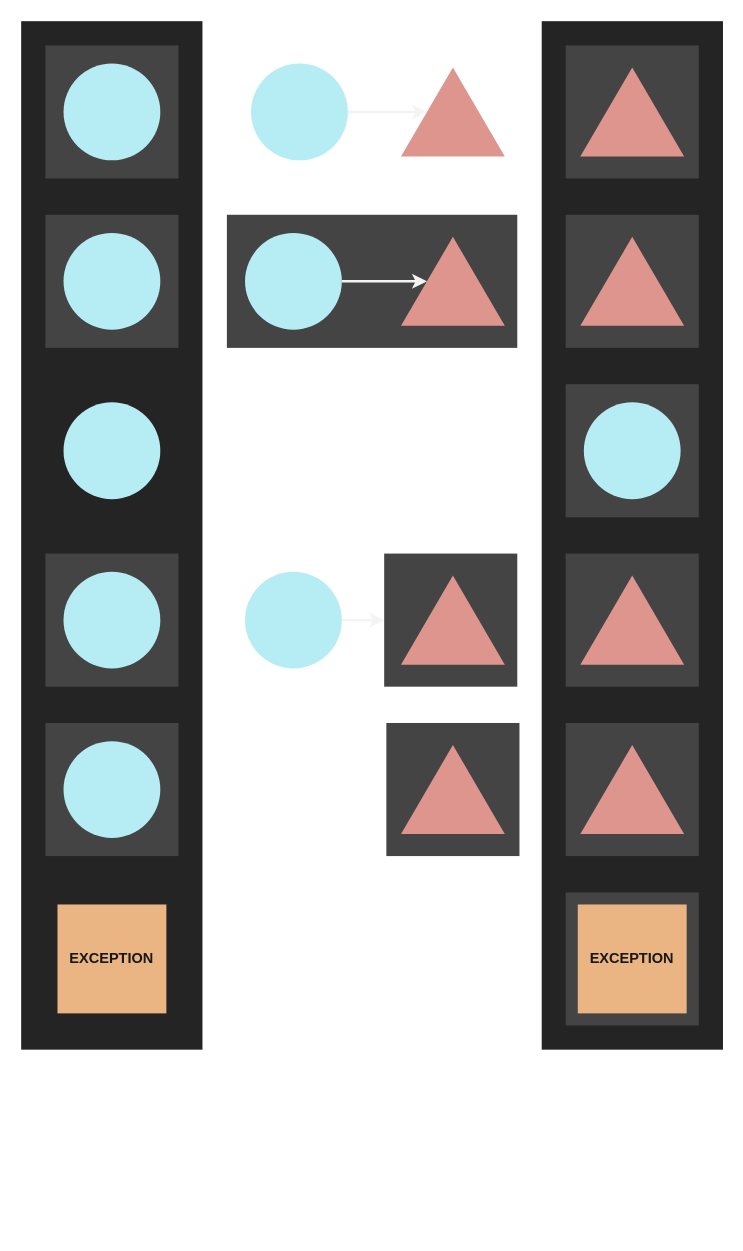
theNewFlesh/shot-glass keeps this draw.io diagram as page "monad" (1 of 8) of resources/monad.drawio. Above is the earlier version. Source tidied: cells renumbered, new cells numbered last; positions are measured from the earlier drawing's top-left corner, leaving out a move shared by most shapes. Both pictures are drawn from the tidied source at 121%, with x=0, y=0 at pixel (21, 21).
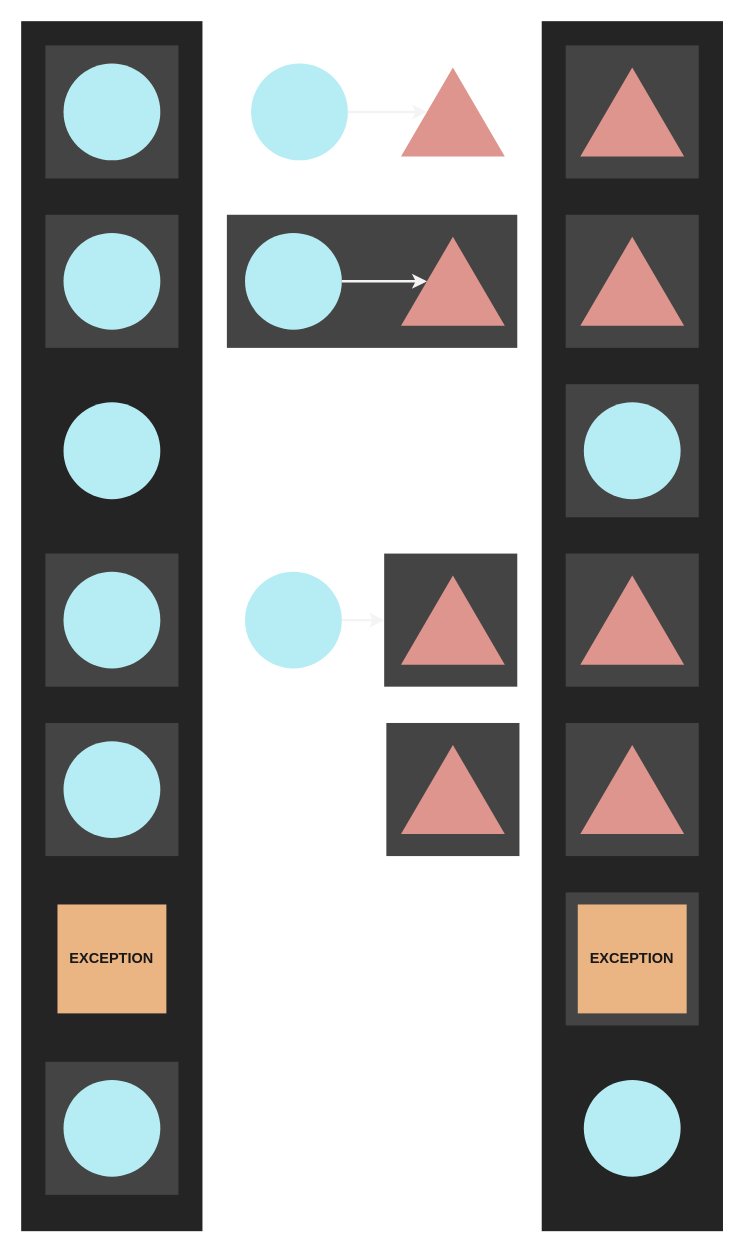
Above is the later version.

Change to the diagram source:
```diff
@@
     <mxCell id="2" style="rounded=0;whiteSpace=wrap;html=1;strokeWidth=2;fontColor=#181818;fillColor=#242424;strokeColor=none;" parent="1" vertex="1">
-      <mxGeometry x="430" width="150" height="850" as="geometry" />
+      <mxGeometry x="430" width="150" height="1000" as="geometry" />
     </mxCell>
     <mxCell id="3" style="rounded=0;whiteSpace=wrap;html=1;strokeWidth=2;fontColor=#181818;fillColor=#242424;strokeColor=none;" parent="1" vertex="1">
-      <mxGeometry width="150" height="850" as="geometry" />
+      <mxGeometry width="150" height="1000" as="geometry" />
     </mxCell>
     <mxCell id="4" style="rounded=0;whiteSpace=wrap;html=1;strokeWidth=2;fontColor=#181818;fillColor=default;strokeColor=none;" parent="1" vertex="1">
-      <mxGeometry x="150" width="280" height="850" as="geometry" />
+      <mxGeometry x="150" width="280" height="1000" as="geometry" />
     </mxCell>
@@
+    <mxCell id="41" style="whiteSpace=wrap;html=1;strokeWidth=2;strokeColor=none;fillColor=#444444;" parent="5" vertex="1">
+      <mxGeometry x="20" y="860" width="110" height="110" as="geometry" />
+    </mxCell>
+    <mxCell id="42" style="ellipse;whiteSpace=wrap;html=1;strokeWidth=2;fillColor=#B6ECF3;strokeColor=none;" parent="5" vertex="1">
+      <mxGeometry x="35" y="875" width="80" height="80" as="geometry" />
+    </mxCell>
+    <mxCell id="43" style="ellipse;whiteSpace=wrap;html=1;strokeWidth=2;fillColor=#B6ECF3;strokeColor=none;" parent="5" vertex="1">
+      <mxGeometry x="465" y="875" width="80" height="80" as="geometry" />
+    </mxCell>
```
